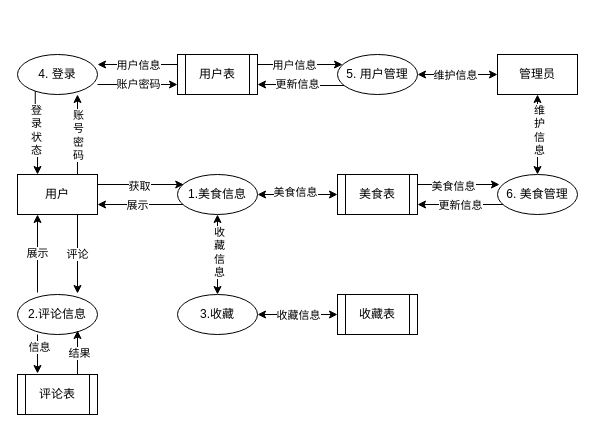
Before: food_data_flow.drawio in asharca/drawio, a draw.io diagram. Source tidied: cells renumbered, new cells numbered last; positions are measured from the earlier drawing's top-left corner, leaving out a move shared by most shapes. Both pictures are drawn from the tidied source at 100%, with x=0, y=0 at pixel (17, 54).
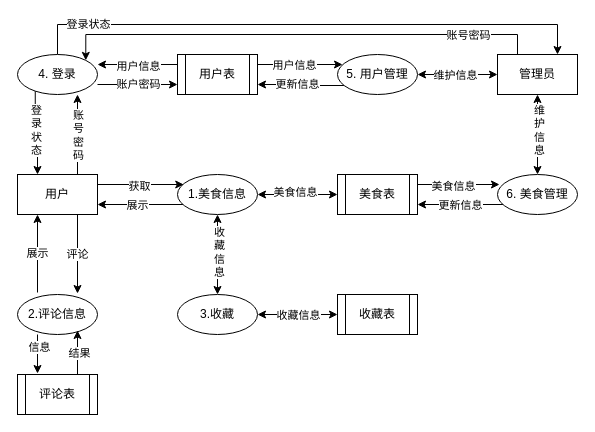
Above is the later version.

Unchanged cells that the change refers to:
```xml
<mxCell id="13" value="管理员" style="rounded=0;whiteSpace=wrap;html=1;" parent="1" vertex="1">
  <mxGeometry x="480" width="80" height="40" as="geometry" />
</mxCell>
<mxCell id="18" value="4. 登录" style="ellipse;whiteSpace=wrap;html=1;" parent="1" vertex="1">
  <mxGeometry width="80" height="40" as="geometry" />
</mxCell>
```

What changed in the source:
```diff
@@
+    <mxCell id="48" style="edgeStyle=orthogonalEdgeStyle;rounded=0;jettySize=auto;html=1;exitX=0.25;exitY=0;exitDx=0;exitDy=0;entryX=1;entryY=0;entryDx=0;entryDy=0;" parent="1" edge="1" source="13" target="18">
+      <mxGeometry relative="1" as="geometry">
+        <Array as="points">
+          <mxPoint x="500" y="-20" />
+          <mxPoint x="68" y="-20" />
+        </Array>
+      </mxGeometry>
+    </mxCell>
+    <mxCell id="49" value="账号密码" style="edgeLabel;html=1;align=center;verticalAlign=middle;" parent="48" vertex="1">
+      <mxGeometry x="0.15" y="-2" relative="1" as="geometry">
+        <mxPoint x="205" y="2" as="offset" />
+      </mxGeometry>
+    </mxCell>
@@
+    <mxCell id="50" style="edgeStyle=orthogonalEdgeStyle;rounded=0;jettySize=auto;html=1;exitX=0.5;exitY=0;exitDx=0;exitDy=0;entryX=0.75;entryY=0;entryDx=0;entryDy=0;" parent="1" edge="1" source="18" target="13">
+      <mxGeometry relative="1" as="geometry">
+        <Array as="points">
+          <mxPoint x="40" y="-30" />
+          <mxPoint x="540" y="-30" />
+        </Array>
+      </mxGeometry>
+    </mxCell>
+    <mxCell id="51" value="登录状态" style="edgeLabel;html=1;align=center;verticalAlign=middle;" parent="50" vertex="1">
+      <mxGeometry x="-0.09" y="1" relative="1" as="geometry">
+        <mxPoint x="-195" as="offset" />
+      </mxGeometry>
+    </mxCell>
```
